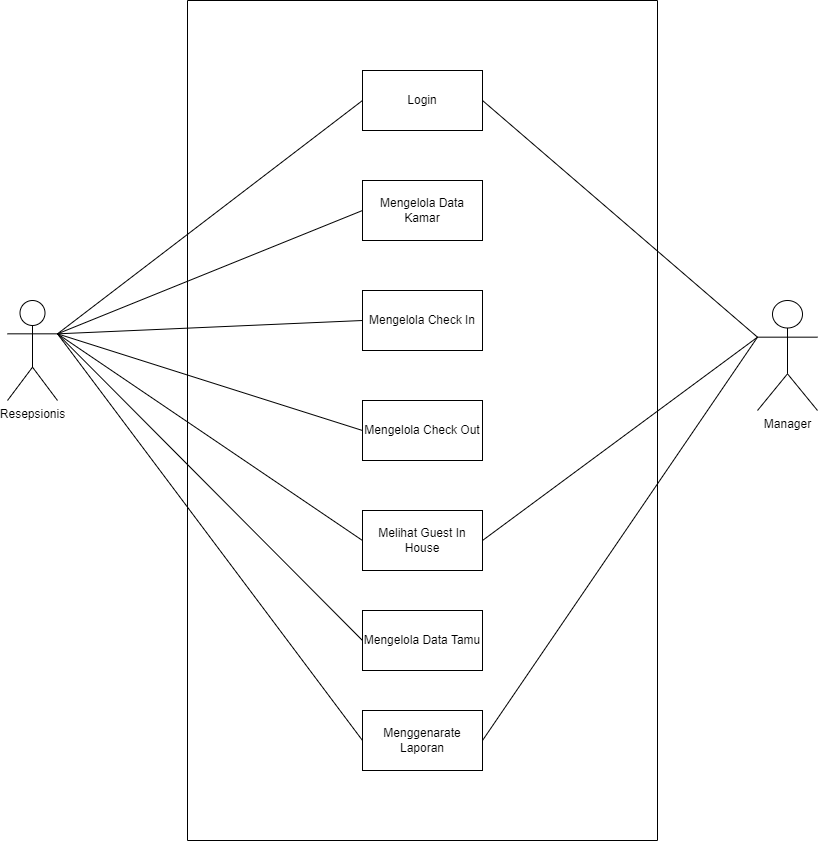
Above: Image SRS/antarmuka sistem 1.png in lutfiainnun/Kelompok6 (draw.io), before the change. Source tidied: cells renumbered, new cells last; positions are measured from the earlier drawing's top-left corner, leaving out a move shared by most shapes. Its diagram source:
```xml
<mxGraphModel>
  <root>
    <mxCell id="0" />
    <mxCell id="1" parent="0" />
    <mxCell id="2" style="swimlane;startSize=0;" parent="1" vertex="1">
      <mxGeometry x="180" width="470" height="840" as="geometry" />
    </mxCell>
    <mxCell id="3" value="Login" style="rounded=0;whiteSpace=wrap;html=1;" parent="2" vertex="1">
      <mxGeometry x="175" y="70" width="120" height="60" as="geometry" />
    </mxCell>
    <mxCell id="4" value="Mengelola Data Kamar" style="rounded=0;whiteSpace=wrap;html=1;" parent="2" vertex="1">
      <mxGeometry x="175" y="180" width="120" height="60" as="geometry" />
    </mxCell>
    <mxCell id="5" value="Mengelola Check In" style="rounded=0;whiteSpace=wrap;html=1;" parent="2" vertex="1">
      <mxGeometry x="175" y="290" width="120" height="60" as="geometry" />
    </mxCell>
    <mxCell id="6" value="Mengelola Check Out" style="rounded=0;whiteSpace=wrap;html=1;" parent="2" vertex="1">
      <mxGeometry x="175" y="400" width="120" height="60" as="geometry" />
    </mxCell>
    <mxCell id="7" value="Melihat Guest In House" style="rounded=0;whiteSpace=wrap;html=1;" parent="2" vertex="1">
      <mxGeometry x="175" y="510" width="120" height="60" as="geometry" />
    </mxCell>
    <mxCell id="8" value="Menggenarate Laporan" style="rounded=0;whiteSpace=wrap;html=1;" parent="2" vertex="1">
      <mxGeometry x="175" y="710" width="120" height="60" as="geometry" />
    </mxCell>
    <mxCell id="9" value="Mengelola Data Tamu" style="rounded=0;whiteSpace=wrap;html=1;" parent="2" vertex="1">
      <mxGeometry x="175" y="610" width="120" height="60" as="geometry" />
    </mxCell>
    <mxCell id="10" value="Resepsionis" style="shape=umlActor;verticalLabelPosition=bottom;verticalAlign=top;html=1;outlineConnect=0;" parent="1" vertex="1">
      <mxGeometry y="300" width="50" height="100" as="geometry" />
    </mxCell>
    <mxCell id="11" value="Manager" style="shape=umlActor;verticalLabelPosition=bottom;verticalAlign=top;html=1;outlineConnect=0;" parent="1" vertex="1">
      <mxGeometry x="750" y="300" width="60" height="110" as="geometry" />
    </mxCell>
    <mxCell id="12" style="endArrow=none;html=1;rounded=0;entryX=0;entryY=0.5;entryDx=0;entryDy=0;exitX=1;exitY=0.3333333333333333;exitDx=0;exitDy=0;exitPerimeter=0;" parent="1" edge="1" source="10" target="3">
      <mxGeometry relative="1" as="geometry" />
    </mxCell>
    <mxCell id="13" style="endArrow=none;html=1;rounded=0;entryX=0;entryY=0.5;entryDx=0;entryDy=0;exitX=1;exitY=0.3333333333333333;exitDx=0;exitDy=0;exitPerimeter=0;" parent="1" edge="1" source="10" target="4">
      <mxGeometry relative="1" as="geometry" />
    </mxCell>
    <mxCell id="14" style="endArrow=none;html=1;rounded=0;entryX=0;entryY=0.5;entryDx=0;entryDy=0;exitX=1;exitY=0.3333333333333333;exitDx=0;exitDy=0;exitPerimeter=0;" parent="1" edge="1" source="10" target="5">
      <mxGeometry relative="1" as="geometry" />
    </mxCell>
    <mxCell id="15" style="endArrow=none;html=1;rounded=0;entryX=0;entryY=0.5;entryDx=0;entryDy=0;exitX=1;exitY=0.3333333333333333;exitDx=0;exitDy=0;exitPerimeter=0;" parent="1" edge="1" source="10" target="6">
      <mxGeometry relative="1" as="geometry" />
    </mxCell>
    <mxCell id="16" style="endArrow=none;html=1;rounded=0;entryX=0;entryY=0.5;entryDx=0;entryDy=0;exitX=1;exitY=0.3333333333333333;exitDx=0;exitDy=0;exitPerimeter=0;" parent="1" edge="1" source="10" target="7">
      <mxGeometry relative="1" as="geometry" />
    </mxCell>
    <mxCell id="17" style="endArrow=none;html=1;rounded=0;entryX=0;entryY=0.5;entryDx=0;entryDy=0;exitX=1;exitY=0.3333333333333333;exitDx=0;exitDy=0;exitPerimeter=0;" parent="1" edge="1" source="10" target="8">
      <mxGeometry relative="1" as="geometry" />
    </mxCell>
    <mxCell id="18" style="endArrow=none;html=1;rounded=0;exitX=1;exitY=0.5;exitDx=0;exitDy=0;entryX=0;entryY=0.3333333333333333;entryDx=0;entryDy=0;entryPerimeter=0;" parent="1" edge="1" source="3" target="11">
      <mxGeometry relative="1" as="geometry" />
    </mxCell>
    <mxCell id="19" style="endArrow=none;html=1;rounded=0;exitX=1;exitY=0.5;exitDx=0;exitDy=0;entryX=0;entryY=0.3333333333333333;entryDx=0;entryDy=0;entryPerimeter=0;" parent="1" edge="1" source="7" target="11">
      <mxGeometry relative="1" as="geometry" />
    </mxCell>
    <mxCell id="20" style="endArrow=none;html=1;rounded=0;exitX=1;exitY=0.5;exitDx=0;exitDy=0;entryX=0;entryY=0.3333333333333333;entryDx=0;entryDy=0;entryPerimeter=0;" parent="1" edge="1" source="8" target="11">
      <mxGeometry relative="1" as="geometry" />
    </mxCell>
    <mxCell id="21" style="endArrow=none;html=1;rounded=0;exitX=0;exitY=0.5;exitDx=0;exitDy=0;entryX=1;entryY=0.3333333333333333;entryDx=0;entryDy=0;entryPerimeter=0;" parent="1" edge="1" source="9" target="10">
      <mxGeometry relative="1" as="geometry" />
    </mxCell>
  </root>
</mxGraphModel>
```
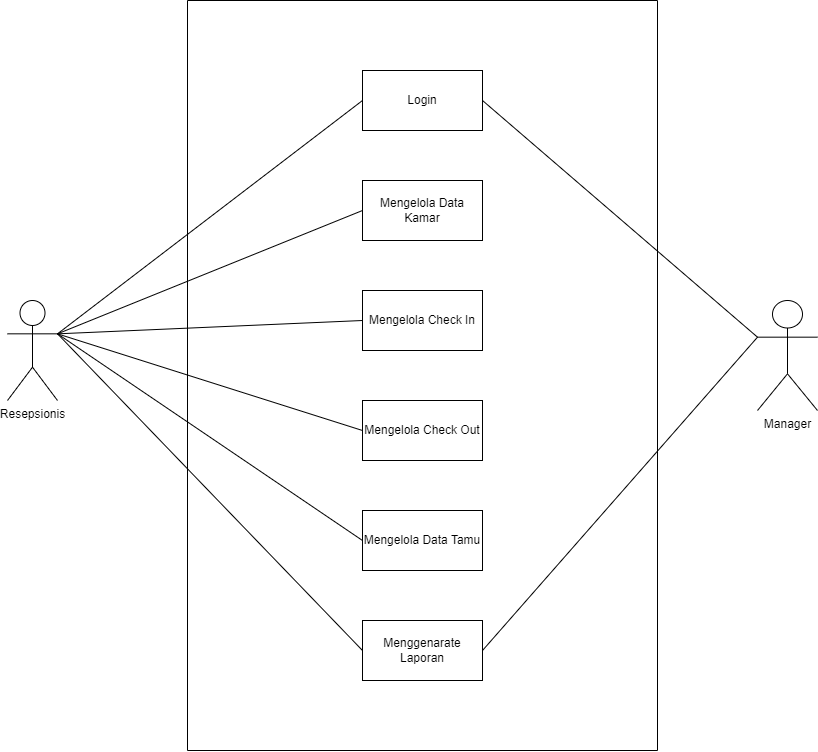
The same diagram one commit later.

What changed in the source:
```diff
@@ -3,7 +3,7 @@
     <mxCell id="0" />
     <mxCell id="1" parent="0" />
     <mxCell id="2" style="swimlane;startSize=0;" parent="1" vertex="1">
-      <mxGeometry x="180" width="470" height="840" as="geometry" />
+      <mxGeometry x="180" width="470" height="750" as="geometry" />
     </mxCell>
     <mxCell id="3" value="Login" style="rounded=0;whiteSpace=wrap;html=1;" parent="2" vertex="1">
       <mxGeometry x="175" y="70" width="120" height="60" as="geometry" />
@@ -17,14 +17,11 @@
     <mxCell id="6" value="Mengelola Check Out" style="rounded=0;whiteSpace=wrap;html=1;" parent="2" vertex="1">
       <mxGeometry x="175" y="400" width="120" height="60" as="geometry" />
     </mxCell>
-    <mxCell id="7" value="Melihat Guest In House" style="rounded=0;whiteSpace=wrap;html=1;" parent="2" vertex="1">
-      <mxGeometry x="175" y="510" width="120" height="60" as="geometry" />
-    </mxCell>
     <mxCell id="8" value="Menggenarate Laporan" style="rounded=0;whiteSpace=wrap;html=1;" parent="2" vertex="1">
-      <mxGeometry x="175" y="710" width="120" height="60" as="geometry" />
+      <mxGeometry x="175" y="620" width="120" height="60" as="geometry" />
     </mxCell>
     <mxCell id="9" value="Mengelola Data Tamu" style="rounded=0;whiteSpace=wrap;html=1;" parent="2" vertex="1">
-      <mxGeometry x="175" y="610" width="120" height="60" as="geometry" />
+      <mxGeometry x="175" y="510" width="120" height="60" as="geometry" />
     </mxCell>
     <mxCell id="10" value="Resepsionis" style="shape=umlActor;verticalLabelPosition=bottom;verticalAlign=top;html=1;outlineConnect=0;" parent="1" vertex="1">
       <mxGeometry y="300" width="50" height="100" as="geometry" />
@@ -44,18 +41,12 @@
     <mxCell id="15" style="endArrow=none;html=1;rounded=0;entryX=0;entryY=0.5;entryDx=0;entryDy=0;exitX=1;exitY=0.3333333333333333;exitDx=0;exitDy=0;exitPerimeter=0;" parent="1" edge="1" source="10" target="6">
       <mxGeometry relative="1" as="geometry" />
     </mxCell>
-    <mxCell id="16" style="endArrow=none;html=1;rounded=0;entryX=0;entryY=0.5;entryDx=0;entryDy=0;exitX=1;exitY=0.3333333333333333;exitDx=0;exitDy=0;exitPerimeter=0;" parent="1" edge="1" source="10" target="7">
-      <mxGeometry relative="1" as="geometry" />
-    </mxCell>
     <mxCell id="17" style="endArrow=none;html=1;rounded=0;entryX=0;entryY=0.5;entryDx=0;entryDy=0;exitX=1;exitY=0.3333333333333333;exitDx=0;exitDy=0;exitPerimeter=0;" parent="1" edge="1" source="10" target="8">
       <mxGeometry relative="1" as="geometry" />
     </mxCell>
     <mxCell id="18" style="endArrow=none;html=1;rounded=0;exitX=1;exitY=0.5;exitDx=0;exitDy=0;entryX=0;entryY=0.3333333333333333;entryDx=0;entryDy=0;entryPerimeter=0;" parent="1" edge="1" source="3" target="11">
       <mxGeometry relative="1" as="geometry" />
     </mxCell>
-    <mxCell id="19" style="endArrow=none;html=1;rounded=0;exitX=1;exitY=0.5;exitDx=0;exitDy=0;entryX=0;entryY=0.3333333333333333;entryDx=0;entryDy=0;entryPerimeter=0;" parent="1" edge="1" source="7" target="11">
-      <mxGeometry relative="1" as="geometry" />
-    </mxCell>
     <mxCell id="20" style="endArrow=none;html=1;rounded=0;exitX=1;exitY=0.5;exitDx=0;exitDy=0;entryX=0;entryY=0.3333333333333333;entryDx=0;entryDy=0;entryPerimeter=0;" parent="1" edge="1" source="8" target="11">
       <mxGeometry relative="1" as="geometry" />
     </mxCell>
```
